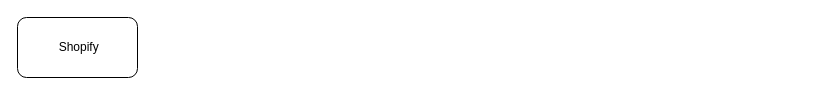
The draw.io diagram 未命名绘图.drawio in forwells/strs, before the edit. Source tidied: cells renumbered, new cells numbered last; positions are measured from the earlier drawing's top-left corner, leaving out a move shared by most shapes. Both pictures are drawn from the tidied source at 100%, with x=0, y=0 at pixel (17, 17).
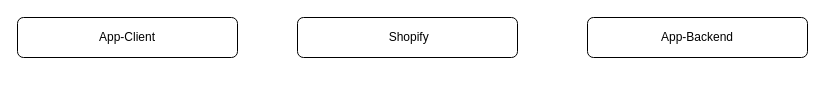
After the change.

Change to the diagram source:
```diff
@@
 <mxGraphModel>
   <root>
     <mxCell id="0" />
     <mxCell id="1" parent="0" />
-    <mxCell id="2" value="&amp;nbsp;Shopify" style="rounded=1;whiteSpace=wrap;html=1;" parent="1" vertex="1">
-      <mxGeometry width="120" height="60" as="geometry" />
+    <mxCell id="2" value="App-Client" style="rounded=1;whiteSpace=wrap;html=1;" parent="1" vertex="1">
+      <mxGeometry width="220" height="40" as="geometry" />
     </mxCell>
+    <mxCell id="3" value="&amp;nbsp;Shopify" style="rounded=1;whiteSpace=wrap;html=1;" parent="1" vertex="1">
+      <mxGeometry x="280" width="220" height="40" as="geometry" />
+    </mxCell>
+    <mxCell id="4" value="App-Backend" style="rounded=1;whiteSpace=wrap;html=1;" parent="1" vertex="1">
+      <mxGeometry x="570" width="220" height="40" as="geometry" />
+    </mxCell>
   </root>
 </mxGraphModel>
```
